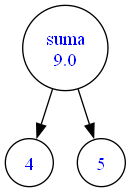
This is GraficaArbol.png from Javier-201906795/LFP_S2_2023_Proyecto1_201906795, a Graphviz export, as it was before one commit. Its source is kept beside it as GraficaArbol.dot.
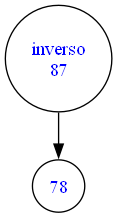
The same diagram one commit later.

Diff of the diagram source:
```diff
@@ -1,9 +1,7 @@
 digraph Grafica {
 	node [fillcolor=white fontcolor=blue shape=circle style=filled]
-	x1 [label=4]
-	x2 [label=5]
-	x3 [label="suma
-9.0"]
-	x3 -> x2
-	x3 -> x1
+	x1 [label="inverso
+87"]
+	x2 [label=78]
+	x1 -> x2
 }
```
